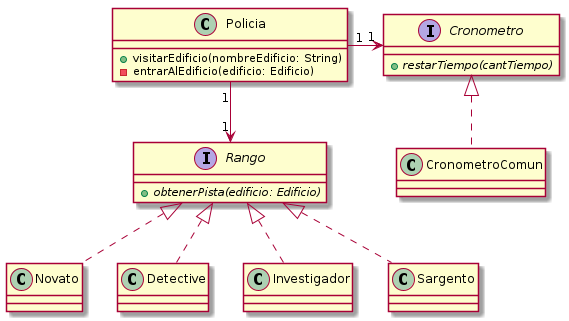
Before: diagrams/classes/clase_policia.png, a diagram exported from PlantUML (MegaRedHand/algo-thief). Source of this version:
```plantuml
@startuml

class Policia {
    + visitarEdificio(nombreEdificio: String)
    - entrarAlEdificio(edificio: Edificio)
}

Policia "1" -> "1" Cronometro

interface Cronometro {
    + {abstract} restarTiempo(cantTiempo)
}

class CronometroComun implements Cronometro

Policia "1" --> "1" Rango

interface Rango {
    + {abstract}obtenerPista(edificio: Edificio)
}

class Novato implements Rango
class Detective implements Rango
class Investigador implements Rango
class Sargento implements Rango

@enduml
```
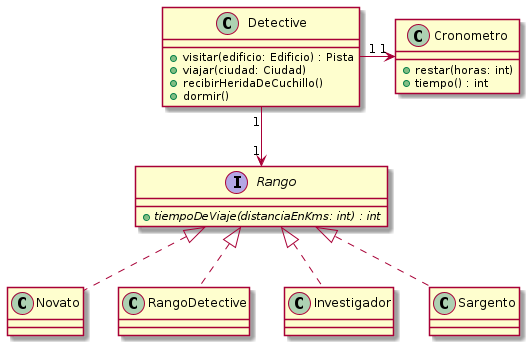
After the change.

The edit, as a diff of the source:
```diff
@@ -1,26 +1,27 @@
 @startuml
 
-class Policia {
-    + visitarEdificio(nombreEdificio: String)
-    - entrarAlEdificio(edificio: Edificio)
+class Detective {
+    + visitar(edificio: Edificio) : Pista
+    + viajar(ciudad: Ciudad)
+    + recibirHeridaDeCuchillo()
+    + dormir()
 }
 
-Policia "1" -> "1" Cronometro
+Detective "1" -> "1" Cronometro
 
-interface Cronometro {
-    + {abstract} restarTiempo(cantTiempo)
+class Cronometro {
+    + restar(horas: int)
+    + tiempo() : int
 }
 
-class CronometroComun implements Cronometro
-
-Policia "1" --> "1" Rango
+Detective "1" --> "1" Rango
 
 interface Rango {
-    + {abstract}obtenerPista(edificio: Edificio)
+    + {abstract}tiempoDeViaje(distanciaEnKms: int) : int
 }
 
 class Novato implements Rango
-class Detective implements Rango
+class RangoDetective implements Rango
 class Investigador implements Rango
 class Sargento implements Rango
 
```
